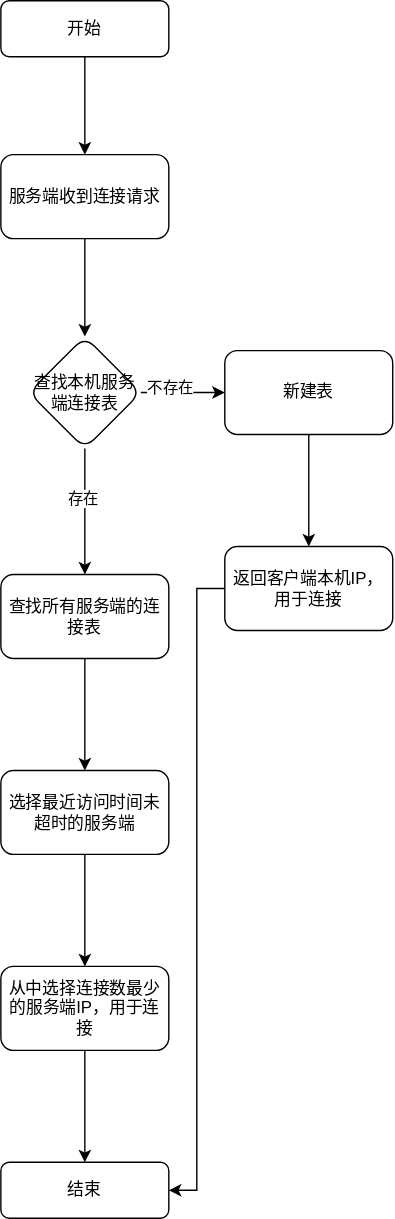
Earlier version of the draw.io export tc_服务端选择逻辑.svg (c17abab/diag_pics). Source tidied: cells renumbered, new cells last; positions are measured from the earlier drawing's top-left corner, leaving out a move shared by most shapes.
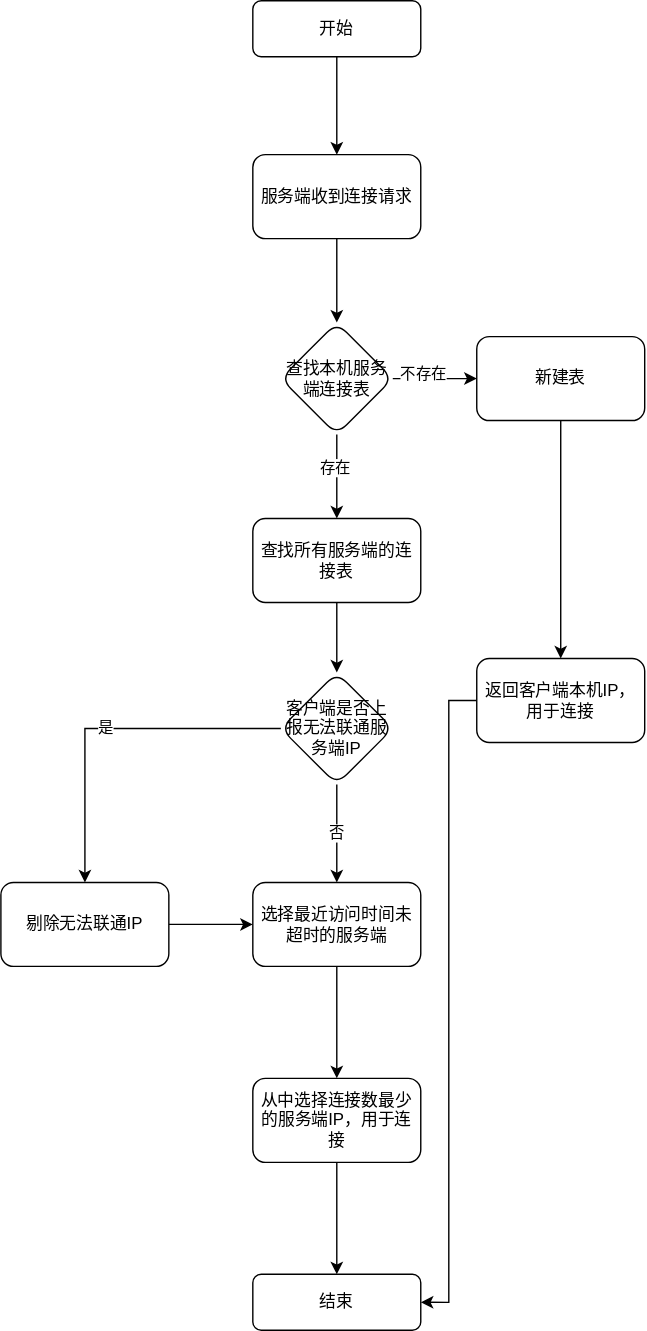
The same diagram one commit later.

Commit message:
更新tc_服务端选择逻辑.svg

Diff of the diagram source:
```diff
@@ -6,13 +6,13 @@
       <mxGeometry relative="1" as="geometry" />
     </mxCell>
     <mxCell id="3" value="开始" style="rounded=1;whiteSpace=wrap;html=1;fontSize=12;glass=0;strokeWidth=1;shadow=0;" parent="1" vertex="1">
-      <mxGeometry width="120" height="40" as="geometry" />
+      <mxGeometry y="-80" width="120" height="40" as="geometry" />
     </mxCell>
     <mxCell id="4" style="edgeStyle=orthogonalEdgeStyle;rounded=0;jettySize=auto;html=1;" parent="1" edge="1" source="5" target="10">
       <mxGeometry relative="1" as="geometry" />
     </mxCell>
     <mxCell id="5" value="服务端收到连接请求" style="whiteSpace=wrap;html=1;rounded=1;shadow=0;strokeWidth=1;glass=0;" parent="1" vertex="1">
-      <mxGeometry y="110" width="120" height="60" as="geometry" />
+      <mxGeometry y="30" width="120" height="60" as="geometry" />
     </mxCell>
     <mxCell id="6" style="edgeStyle=orthogonalEdgeStyle;rounded=0;jettySize=auto;html=1;" parent="1" edge="1" source="10" target="12">
       <mxGeometry relative="1" as="geometry" />
@@ -27,13 +27,13 @@
       <mxGeometry x="-0.2" y="-1" relative="1" as="geometry" />
     </mxCell>
     <mxCell id="10" value="&lt;span&gt;查找本机服务端连接表&lt;/span&gt;" style="rhombus;whiteSpace=wrap;html=1;rounded=1;shadow=0;strokeWidth=1;glass=0;" parent="1" vertex="1">
-      <mxGeometry x="20" y="240" width="80" height="80" as="geometry" />
+      <mxGeometry x="20" y="150" width="80" height="80" as="geometry" />
     </mxCell>
     <mxCell id="11" style="edgeStyle=orthogonalEdgeStyle;rounded=0;jettySize=auto;html=1;" parent="1" edge="1" source="12" target="14">
       <mxGeometry relative="1" as="geometry" />
     </mxCell>
     <mxCell id="12" value="新建表" style="whiteSpace=wrap;html=1;rounded=1;shadow=0;strokeWidth=1;glass=0;" parent="1" vertex="1">
-      <mxGeometry x="160" y="250" width="120" height="60" as="geometry" />
+      <mxGeometry x="160" y="160" width="120" height="60" as="geometry" />
     </mxCell>
     <mxCell id="13" style="edgeStyle=orthogonalEdgeStyle;rounded=0;jettySize=auto;html=1;entryX=1;entryY=0.5;entryDx=0;entryDy=0;" parent="1" edge="1" source="14" target="15">
       <mxGeometry relative="1" as="geometry" />
@@ -44,11 +44,11 @@
     <mxCell id="15" value="结束" style="rounded=1;whiteSpace=wrap;html=1;fontSize=12;glass=0;strokeWidth=1;shadow=0;" parent="1" vertex="1">
       <mxGeometry y="830" width="120" height="40" as="geometry" />
     </mxCell>
-    <mxCell id="16" style="edgeStyle=orthogonalEdgeStyle;rounded=0;jettySize=auto;html=1;" parent="1" edge="1" source="17" target="19">
-      <mxGeometry relative="1" as="geometry" />
-    </mxCell>
+    <mxCell id="22" style="edgeStyle=orthogonalEdgeStyle;rounded=0;jettySize=auto;html=1;" parent="1" edge="1" source="17" target="25">
+      <mxGeometry relative="1" as="geometry" />
+    </mxCell>
     <mxCell id="17" value="查找所有服务端的连接表" style="whiteSpace=wrap;html=1;rounded=1;shadow=0;strokeWidth=1;glass=0;" parent="1" vertex="1">
-      <mxGeometry y="410" width="120" height="60" as="geometry" />
+      <mxGeometry y="290" width="120" height="60" as="geometry" />
     </mxCell>
     <mxCell id="18" style="edgeStyle=orthogonalEdgeStyle;rounded=0;jettySize=auto;html=1;" parent="1" edge="1" source="19" target="21">
       <mxGeometry relative="1" as="geometry" />
@@ -62,5 +62,20 @@
     <mxCell id="21" value="从中选择连接数最少的服务端IP，用于连接" style="whiteSpace=wrap;html=1;rounded=1;shadow=0;strokeWidth=1;glass=0;" parent="1" vertex="1">
       <mxGeometry y="690" width="120" height="60" as="geometry" />
     </mxCell>
+    <mxCell id="23" value="否" style="edgeStyle=orthogonalEdgeStyle;rounded=0;jettySize=auto;html=1;" parent="1" edge="1" source="25" target="19">
+      <mxGeometry relative="1" as="geometry" />
+    </mxCell>
+    <mxCell id="24" value="是" style="edgeStyle=orthogonalEdgeStyle;rounded=0;jettySize=auto;html=1;" parent="1" edge="1" source="25" target="27">
+      <mxGeometry relative="1" as="geometry" />
+    </mxCell>
+    <mxCell id="25" value="客户端是否上报无法联通服务端IP" style="rhombus;whiteSpace=wrap;html=1;rounded=1;shadow=0;strokeWidth=1;glass=0;" parent="1" vertex="1">
+      <mxGeometry x="20" y="400" width="80" height="80" as="geometry" />
+    </mxCell>
+    <mxCell id="26" style="edgeStyle=orthogonalEdgeStyle;rounded=0;jettySize=auto;html=1;" parent="1" edge="1" source="27" target="19">
+      <mxGeometry relative="1" as="geometry" />
+    </mxCell>
+    <mxCell id="27" value="剔除无法联通IP" style="whiteSpace=wrap;html=1;rounded=1;shadow=0;strokeWidth=1;glass=0;" parent="1" vertex="1">
+      <mxGeometry x="-180" y="550" width="120" height="60" as="geometry" />
+    </mxCell>
   </root>
 </mxGraphModel>
```
